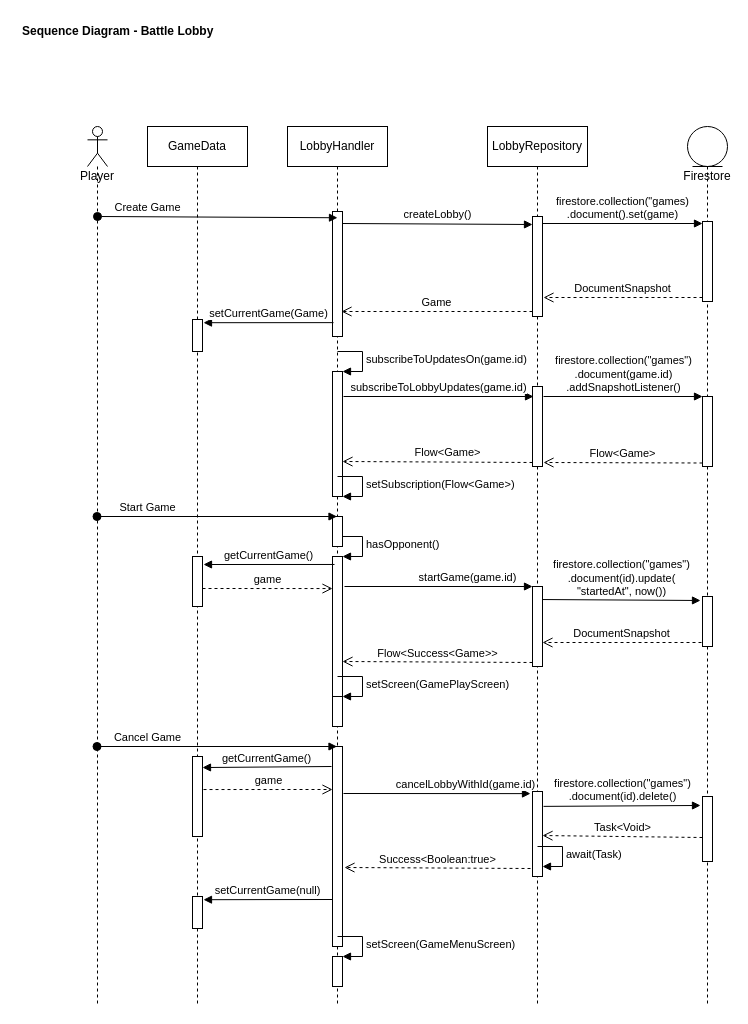
The draw.io diagram beardblaster_lobby_sequence.drawio in gullskatten/BPMN-models, before the edit. Source tidied: cells renumbered, new cells numbered last; positions are measured from the earlier drawing's top-left corner, leaving out a move shared by most shapes. Both pictures are drawn from the tidied source at 100%, with x=0, y=0 at pixel (17, 17).
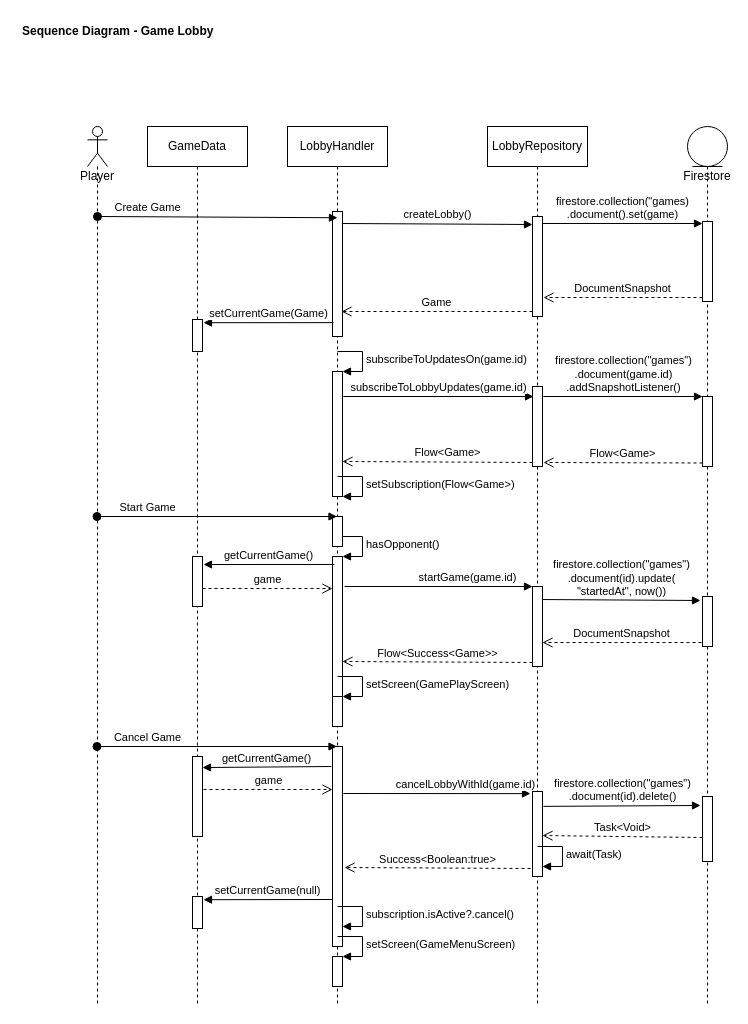
The same diagram, later.

Change to the diagram source:
```diff
@@
-    <mxCell id="2" value="Sequence Diagram - Battle Lobby" style="text;align=left;fontStyle=1;verticalAlign=middle;spacingLeft=3;spacingRight=3;strokeColor=none;" parent="1" vertex="1">
+    <mxCell id="2" value="Sequence Diagram - Game Lobby" style="text;align=left;fontStyle=1;verticalAlign=middle;spacingLeft=3;spacingRight=3;strokeColor=none;" parent="1" vertex="1">
       <mxGeometry width="230" height="26" as="geometry" />
     </mxCell>
@@
+    <mxCell id="58" value="subscription.isActive?.cancel()" style="edgeStyle=orthogonalEdgeStyle;html=1;align=left;spacingLeft=2;endArrow=block;rounded=0;entryX=1;entryY=0;" parent="1" edge="1">
+      <mxGeometry relative="1" as="geometry">
+        <mxPoint x="320" y="889" as="sourcePoint" />
+        <mxPoint x="325" y="909" as="targetPoint" />
+        <Array as="points">
+          <mxPoint x="345" y="889" />
+        </Array>
+      </mxGeometry>
+    </mxCell>
```
